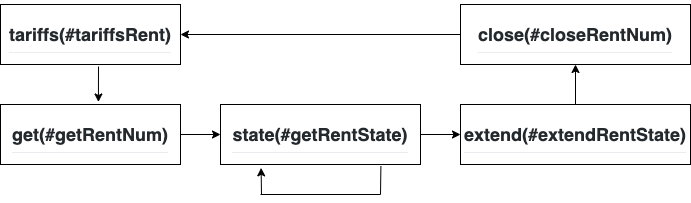
Before: Diagrams/GetRent.png, a diagram exported from draw.io (s00d/onlinesim-php-api). Source tidied: cells renumbered, new cells last; positions are measured from the earlier drawing's top-left corner, leaving out a move shared by most shapes. The source it was exported from:
```xml
<mxGraphModel>
  <root>
    <mxCell id="0" />
    <mxCell id="1" parent="0" />
    <mxCell id="2" value="&lt;h2 style=&quot;box-sizing: border-box ; margin-top: 24px ; margin-bottom: 16px ; line-height: 1.25 ; padding-bottom: 0.3em ; border-bottom: 1px solid rgb(234 , 236 , 239) ; color: rgb(36 , 41 , 46) ; font-family: , , &amp;#34;segoe ui&amp;#34; , &amp;#34;helvetica&amp;#34; , &amp;#34;arial&amp;#34; , sans-serif , &amp;#34;apple color emoji&amp;#34; , &amp;#34;segoe ui emoji&amp;#34; ; background-color: rgb(255 , 255 , 255)&quot;&gt;tariffs(#tariffsRent)&lt;/h2&gt;" style="rounded=0;whiteSpace=wrap;html=1;" parent="1" vertex="1">
      <mxGeometry width="180" height="60" as="geometry" />
    </mxCell>
    <mxCell id="3" value="&lt;h2 style=&quot;box-sizing: border-box ; margin-top: 24px ; margin-bottom: 16px ; line-height: 1.25 ; padding-bottom: 0.3em ; border-bottom: 1px solid rgb(234 , 236 , 239) ; color: rgb(36 , 41 , 46) ; font-family: , , &amp;#34;segoe ui&amp;#34; , &amp;#34;helvetica&amp;#34; , &amp;#34;arial&amp;#34; , sans-serif , &amp;#34;apple color emoji&amp;#34; , &amp;#34;segoe ui emoji&amp;#34; ; background-color: rgb(255 , 255 , 255)&quot;&gt;get(#getRentNum)&lt;/h2&gt;" style="rounded=0;whiteSpace=wrap;html=1;" parent="1" vertex="1">
      <mxGeometry y="100" width="180" height="60" as="geometry" />
    </mxCell>
    <mxCell id="4" value="&lt;h2 style=&quot;box-sizing: border-box ; margin-top: 24px ; margin-bottom: 16px ; line-height: 1.25 ; padding-bottom: 0.3em ; border-bottom: 1px solid rgb(234 , 236 , 239) ; color: rgb(36 , 41 , 46) ; font-family: , , &amp;#34;segoe ui&amp;#34; , &amp;#34;helvetica&amp;#34; , &amp;#34;arial&amp;#34; , sans-serif , &amp;#34;apple color emoji&amp;#34; , &amp;#34;segoe ui emoji&amp;#34; ; background-color: rgb(255 , 255 , 255)&quot;&gt;state(#getRentState)&lt;/h2&gt;" style="rounded=0;whiteSpace=wrap;html=1;" parent="1" vertex="1">
      <mxGeometry x="220" y="100" width="200" height="60" as="geometry" />
    </mxCell>
    <mxCell id="5" value="&lt;h2 style=&quot;box-sizing: border-box ; margin-top: 24px ; margin-bottom: 16px ; line-height: 1.25 ; padding-bottom: 0.3em ; border-bottom: 1px solid rgb(234 , 236 , 239) ; color: rgb(36 , 41 , 46) ; font-family: , , &amp;#34;segoe ui&amp;#34; , &amp;#34;helvetica&amp;#34; , &amp;#34;arial&amp;#34; , sans-serif , &amp;#34;apple color emoji&amp;#34; , &amp;#34;segoe ui emoji&amp;#34; ; background-color: rgb(255 , 255 , 255)&quot;&gt;extend(#extendRentState)&lt;/h2&gt;" style="rounded=0;whiteSpace=wrap;html=1;" parent="1" vertex="1">
      <mxGeometry x="460" y="100" width="230" height="60" as="geometry" />
    </mxCell>
    <mxCell id="6" value="&lt;h2 style=&quot;box-sizing: border-box ; margin-top: 24px ; margin-bottom: 16px ; line-height: 1.25 ; padding-bottom: 0.3em ; border-bottom: 1px solid rgb(234 , 236 , 239) ; color: rgb(36 , 41 , 46) ; font-family: , , &amp;#34;segoe ui&amp;#34; , &amp;#34;helvetica&amp;#34; , &amp;#34;arial&amp;#34; , sans-serif , &amp;#34;apple color emoji&amp;#34; , &amp;#34;segoe ui emoji&amp;#34; ; background-color: rgb(255 , 255 , 255)&quot;&gt;close(#closeRentNum)&lt;/h2&gt;" style="rounded=0;whiteSpace=wrap;html=1;" parent="1" vertex="1">
      <mxGeometry x="460" width="230" height="60" as="geometry" />
    </mxCell>
    <mxCell id="7" style="endArrow=classic;html=1;entryX=0.544;entryY=-0.042;entryDx=0;entryDy=0;entryPerimeter=0;" parent="1" edge="1" target="3">
      <mxGeometry relative="1" as="geometry">
        <mxPoint x="98" y="62" as="sourcePoint" />
      </mxGeometry>
    </mxCell>
    <mxCell id="8" style="endArrow=classic;html=1;exitX=1;exitY=0.5;exitDx=0;exitDy=0;entryX=0;entryY=0.5;entryDx=0;entryDy=0;" parent="1" edge="1" source="3" target="4">
      <mxGeometry relative="1" as="geometry" />
    </mxCell>
    <mxCell id="9" style="endArrow=classic;html=1;entryX=0.203;entryY=1.056;entryDx=0;entryDy=0;entryPerimeter=0;" parent="1" edge="1" target="4">
      <mxGeometry relative="1" as="geometry">
        <mxPoint x="261" y="190" as="sourcePoint" />
      </mxGeometry>
    </mxCell>
    <mxCell id="10" style="endArrow=none;html=1;" parent="1" edge="1">
      <mxGeometry relative="1" as="geometry">
        <mxPoint x="260" y="190" as="sourcePoint" />
        <mxPoint x="380" y="190" as="targetPoint" />
      </mxGeometry>
    </mxCell>
    <mxCell id="11" style="endArrow=none;html=1;entryX=0.802;entryY=1.027;entryDx=0;entryDy=0;entryPerimeter=0;" parent="1" edge="1" target="4">
      <mxGeometry relative="1" as="geometry">
        <mxPoint x="380" y="190" as="sourcePoint" />
      </mxGeometry>
    </mxCell>
    <mxCell id="12" style="endArrow=classic;html=1;exitX=1;exitY=0.5;exitDx=0;exitDy=0;" parent="1" edge="1" source="4" target="5">
      <mxGeometry relative="1" as="geometry" />
    </mxCell>
    <mxCell id="13" style="endArrow=classic;html=1;" parent="1" edge="1" source="5" target="6">
      <mxGeometry relative="1" as="geometry" />
    </mxCell>
    <mxCell id="14" style="endArrow=classic;html=1;exitX=0;exitY=0.5;exitDx=0;exitDy=0;entryX=1;entryY=0.5;entryDx=0;entryDy=0;" parent="1" edge="1" source="6" target="2">
      <mxGeometry relative="1" as="geometry" />
    </mxCell>
  </root>
</mxGraphModel>
```
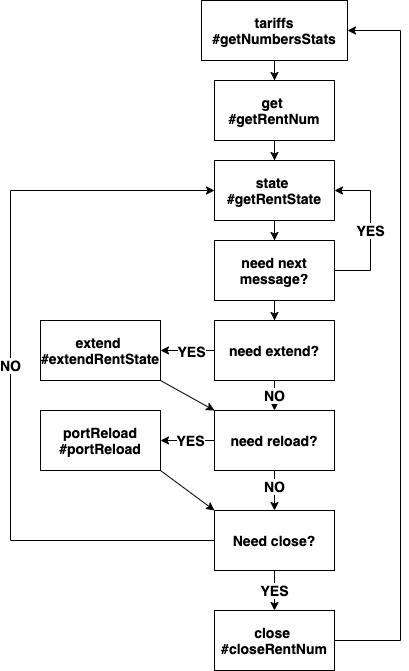
After the change.

Commit message:
replace diagram

Change to the diagram source:
```diff
@@ -2,53 +2,100 @@
   <root>
     <mxCell id="0" />
     <mxCell id="1" parent="0" />
-    <mxCell id="2" value="&lt;h2 style=&quot;box-sizing: border-box ; margin-top: 24px ; margin-bottom: 16px ; line-height: 1.25 ; padding-bottom: 0.3em ; border-bottom: 1px solid rgb(234 , 236 , 239) ; color: rgb(36 , 41 , 46) ; font-family: , , &amp;#34;segoe ui&amp;#34; , &amp;#34;helvetica&amp;#34; , &amp;#34;arial&amp;#34; , sans-serif , &amp;#34;apple color emoji&amp;#34; , &amp;#34;segoe ui emoji&amp;#34; ; background-color: rgb(255 , 255 , 255)&quot;&gt;tariffs(#tariffsRent)&lt;/h2&gt;" style="rounded=0;whiteSpace=wrap;html=1;" parent="1" vertex="1">
-      <mxGeometry width="180" height="60" as="geometry" />
-    </mxCell>
-    <mxCell id="3" value="&lt;h2 style=&quot;box-sizing: border-box ; margin-top: 24px ; margin-bottom: 16px ; line-height: 1.25 ; padding-bottom: 0.3em ; border-bottom: 1px solid rgb(234 , 236 , 239) ; color: rgb(36 , 41 , 46) ; font-family: , , &amp;#34;segoe ui&amp;#34; , &amp;#34;helvetica&amp;#34; , &amp;#34;arial&amp;#34; , sans-serif , &amp;#34;apple color emoji&amp;#34; , &amp;#34;segoe ui emoji&amp;#34; ; background-color: rgb(255 , 255 , 255)&quot;&gt;get(#getRentNum)&lt;/h2&gt;" style="rounded=0;whiteSpace=wrap;html=1;" parent="1" vertex="1">
-      <mxGeometry y="100" width="180" height="60" as="geometry" />
-    </mxCell>
-    <mxCell id="4" value="&lt;h2 style=&quot;box-sizing: border-box ; margin-top: 24px ; margin-bottom: 16px ; line-height: 1.25 ; padding-bottom: 0.3em ; border-bottom: 1px solid rgb(234 , 236 , 239) ; color: rgb(36 , 41 , 46) ; font-family: , , &amp;#34;segoe ui&amp;#34; , &amp;#34;helvetica&amp;#34; , &amp;#34;arial&amp;#34; , sans-serif , &amp;#34;apple color emoji&amp;#34; , &amp;#34;segoe ui emoji&amp;#34; ; background-color: rgb(255 , 255 , 255)&quot;&gt;state(#getRentState)&lt;/h2&gt;" style="rounded=0;whiteSpace=wrap;html=1;" parent="1" vertex="1">
-      <mxGeometry x="220" y="100" width="200" height="60" as="geometry" />
-    </mxCell>
-    <mxCell id="5" value="&lt;h2 style=&quot;box-sizing: border-box ; margin-top: 24px ; margin-bottom: 16px ; line-height: 1.25 ; padding-bottom: 0.3em ; border-bottom: 1px solid rgb(234 , 236 , 239) ; color: rgb(36 , 41 , 46) ; font-family: , , &amp;#34;segoe ui&amp;#34; , &amp;#34;helvetica&amp;#34; , &amp;#34;arial&amp;#34; , sans-serif , &amp;#34;apple color emoji&amp;#34; , &amp;#34;segoe ui emoji&amp;#34; ; background-color: rgb(255 , 255 , 255)&quot;&gt;extend(#extendRentState)&lt;/h2&gt;" style="rounded=0;whiteSpace=wrap;html=1;" parent="1" vertex="1">
-      <mxGeometry x="460" y="100" width="230" height="60" as="geometry" />
-    </mxCell>
-    <mxCell id="6" value="&lt;h2 style=&quot;box-sizing: border-box ; margin-top: 24px ; margin-bottom: 16px ; line-height: 1.25 ; padding-bottom: 0.3em ; border-bottom: 1px solid rgb(234 , 236 , 239) ; color: rgb(36 , 41 , 46) ; font-family: , , &amp;#34;segoe ui&amp;#34; , &amp;#34;helvetica&amp;#34; , &amp;#34;arial&amp;#34; , sans-serif , &amp;#34;apple color emoji&amp;#34; , &amp;#34;segoe ui emoji&amp;#34; ; background-color: rgb(255 , 255 , 255)&quot;&gt;close(#closeRentNum)&lt;/h2&gt;" style="rounded=0;whiteSpace=wrap;html=1;" parent="1" vertex="1">
-      <mxGeometry x="460" width="230" height="60" as="geometry" />
-    </mxCell>
-    <mxCell id="7" style="endArrow=classic;html=1;entryX=0.544;entryY=-0.042;entryDx=0;entryDy=0;entryPerimeter=0;" parent="1" edge="1" target="3">
-      <mxGeometry relative="1" as="geometry">
-        <mxPoint x="98" y="62" as="sourcePoint" />
-      </mxGeometry>
-    </mxCell>
-    <mxCell id="8" style="endArrow=classic;html=1;exitX=1;exitY=0.5;exitDx=0;exitDy=0;entryX=0;entryY=0.5;entryDx=0;entryDy=0;" parent="1" edge="1" source="3" target="4">
-      <mxGeometry relative="1" as="geometry" />
-    </mxCell>
-    <mxCell id="9" style="endArrow=classic;html=1;entryX=0.203;entryY=1.056;entryDx=0;entryDy=0;entryPerimeter=0;" parent="1" edge="1" target="4">
-      <mxGeometry relative="1" as="geometry">
-        <mxPoint x="261" y="190" as="sourcePoint" />
-      </mxGeometry>
-    </mxCell>
-    <mxCell id="10" style="endArrow=none;html=1;" parent="1" edge="1">
-      <mxGeometry relative="1" as="geometry">
-        <mxPoint x="260" y="190" as="sourcePoint" />
-        <mxPoint x="380" y="190" as="targetPoint" />
-      </mxGeometry>
-    </mxCell>
-    <mxCell id="11" style="endArrow=none;html=1;entryX=0.802;entryY=1.027;entryDx=0;entryDy=0;entryPerimeter=0;" parent="1" edge="1" target="4">
-      <mxGeometry relative="1" as="geometry">
-        <mxPoint x="380" y="190" as="sourcePoint" />
-      </mxGeometry>
-    </mxCell>
-    <mxCell id="12" style="endArrow=classic;html=1;exitX=1;exitY=0.5;exitDx=0;exitDy=0;" parent="1" edge="1" source="4" target="5">
-      <mxGeometry relative="1" as="geometry" />
-    </mxCell>
-    <mxCell id="13" style="endArrow=classic;html=1;" parent="1" edge="1" source="5" target="6">
-      <mxGeometry relative="1" as="geometry" />
-    </mxCell>
-    <mxCell id="14" style="endArrow=classic;html=1;exitX=0;exitY=0.5;exitDx=0;exitDy=0;entryX=1;entryY=0.5;entryDx=0;entryDy=0;" parent="1" edge="1" source="6" target="2">
-      <mxGeometry relative="1" as="geometry" />
-    </mxCell>
+    <mxCell id="15" style="edgeStyle=orthogonalEdgeStyle;rounded=0;jettySize=auto;html=1;entryX=0.5;entryY=0;entryDx=0;entryDy=0;fontSize=14;fontStyle=1;" parent="1" edge="1" source="16" target="18">
+      <mxGeometry relative="1" as="geometry" />
+    </mxCell>
+    <mxCell id="16" value="&lt;span style=&quot;font-size: 14px;&quot;&gt;tariffs #getNumbersStats&lt;/span&gt;" style="rounded=0;whiteSpace=wrap;html=1;fontSize=14;fontStyle=1;" parent="1" vertex="1">
+      <mxGeometry x="321" y="-200" width="146" height="60" as="geometry" />
+    </mxCell>
+    <mxCell id="17" style="edgeStyle=orthogonalEdgeStyle;rounded=0;jettySize=auto;html=1;entryX=0.5;entryY=0;entryDx=0;entryDy=0;fontSize=14;fontStyle=1;" parent="1" edge="1" source="18" target="20">
+      <mxGeometry relative="1" as="geometry" />
+    </mxCell>
+    <mxCell id="18" value="get &lt;br style=&quot;font-size: 14px;&quot;&gt;#getRentNum" style="rounded=0;whiteSpace=wrap;html=1;fontSize=14;fontStyle=1;" parent="1" vertex="1">
+      <mxGeometry x="334" y="-120" width="120" height="60" as="geometry" />
+    </mxCell>
+    <mxCell id="19" style="edgeStyle=orthogonalEdgeStyle;rounded=0;jettySize=auto;html=1;entryX=0.5;entryY=0;entryDx=0;entryDy=0;fontSize=14;fontStyle=1;" parent="1" edge="1" source="20" target="23">
+      <mxGeometry relative="1" as="geometry" />
+    </mxCell>
+    <mxCell id="20" value="state &lt;br style=&quot;font-size: 14px;&quot;&gt;#getRentState" style="rounded=0;whiteSpace=wrap;html=1;fontSize=14;fontStyle=1;" parent="1" vertex="1">
+      <mxGeometry x="334" y="-40" width="120" height="60" as="geometry" />
+    </mxCell>
+    <mxCell id="21" value="YES" style="edgeStyle=orthogonalEdgeStyle;rounded=0;jettySize=auto;html=1;entryX=1;entryY=0.5;entryDx=0;entryDy=0;exitX=1;exitY=0.5;exitDx=0;exitDy=0;fontSize=14;fontStyle=1;" parent="1" edge="1" source="23" target="20">
+      <mxGeometry relative="1" as="geometry">
+        <Array as="points">
+          <mxPoint x="490" y="70" />
+          <mxPoint x="490" y="-10" />
+        </Array>
+      </mxGeometry>
+    </mxCell>
+    <mxCell id="22" style="edgeStyle=orthogonalEdgeStyle;rounded=0;jettySize=auto;html=1;fontSize=14;fontStyle=1;" parent="1" edge="1" source="23" target="28">
+      <mxGeometry relative="1" as="geometry" />
+    </mxCell>
+    <mxCell id="23" value="&lt;span style=&quot;font-size: 14px;&quot;&gt;need next message?&lt;/span&gt;" style="rounded=0;whiteSpace=wrap;html=1;fontSize=14;fontStyle=1;" parent="1" vertex="1">
+      <mxGeometry x="334" y="40" width="120" height="60" as="geometry" />
+    </mxCell>
+    <mxCell id="24" style="edgeStyle=orthogonalEdgeStyle;rounded=0;jettySize=auto;html=1;entryX=0.5;entryY=0;entryDx=0;entryDy=0;fontSize=14;fontStyle=1;" parent="1" edge="1" source="28" target="32">
+      <mxGeometry relative="1" as="geometry" />
+    </mxCell>
+    <mxCell id="25" value="NO" style="edgeLabel;html=1;align=center;verticalAlign=middle;fontSize=14;fontStyle=1;" parent="24" vertex="1">
+      <mxGeometry x="0.36" y="-1" relative="1" as="geometry" />
+    </mxCell>
+    <mxCell id="26" style="edgeStyle=orthogonalEdgeStyle;rounded=0;jettySize=auto;html=1;fontSize=14;fontStyle=1;" parent="1" edge="1" source="28" target="29">
+      <mxGeometry relative="1" as="geometry" />
+    </mxCell>
+    <mxCell id="27" value="YES" style="edgeLabel;html=1;align=center;verticalAlign=middle;fontSize=14;fontStyle=1;" parent="26" vertex="1">
+      <mxGeometry x="-0.22" relative="1" as="geometry">
+        <mxPoint x="-3" as="offset" />
+      </mxGeometry>
+    </mxCell>
+    <mxCell id="28" value="&lt;span style=&quot;font-size: 14px;&quot;&gt;need extend?&lt;/span&gt;" style="rounded=0;whiteSpace=wrap;html=1;fontSize=14;fontStyle=1;" parent="1" vertex="1">
+      <mxGeometry x="334" y="120" width="120" height="60" as="geometry" />
+    </mxCell>
+    <mxCell id="29" value="extend &lt;br style=&quot;font-size: 14px;&quot;&gt;#extendRentState" style="rounded=0;whiteSpace=wrap;html=1;fontSize=14;fontStyle=1;" parent="1" vertex="1">
+      <mxGeometry x="160" y="120" width="120" height="60" as="geometry" />
+    </mxCell>
+    <mxCell id="30" value="NO" style="edgeStyle=orthogonalEdgeStyle;rounded=0;jettySize=auto;html=1;entryX=0.5;entryY=0;entryDx=0;entryDy=0;fontSize=14;fontStyle=1;" parent="1" edge="1" source="32" target="36">
+      <mxGeometry x="-0.2" relative="1" as="geometry" />
+    </mxCell>
+    <mxCell id="31" value="YES" style="edgeStyle=orthogonalEdgeStyle;rounded=0;jettySize=auto;html=1;entryX=1;entryY=0.5;entryDx=0;entryDy=0;fontSize=14;fontStyle=1;" parent="1" edge="1" source="32" target="33">
+      <mxGeometry x="-0.11" relative="1" as="geometry" />
+    </mxCell>
+    <mxCell id="32" value="need reload?" style="rounded=0;whiteSpace=wrap;html=1;fontSize=14;fontStyle=1;" parent="1" vertex="1">
+      <mxGeometry x="334" y="210" width="120" height="60" as="geometry" />
+    </mxCell>
+    <mxCell id="33" value="portReload&lt;br style=&quot;font-size: 14px;&quot;&gt;#portReload" style="rounded=0;whiteSpace=wrap;html=1;fontSize=14;fontStyle=1;" parent="1" vertex="1">
+      <mxGeometry x="160" y="210" width="120" height="60" as="geometry" />
+    </mxCell>
+    <mxCell id="34" value="YES" style="edgeStyle=orthogonalEdgeStyle;rounded=0;jettySize=auto;html=1;entryX=0.5;entryY=0;entryDx=0;entryDy=0;fontSize=14;fontStyle=1;" parent="1" edge="1" source="36" target="39">
+      <mxGeometry relative="1" as="geometry" />
+    </mxCell>
+    <mxCell id="35" value="NO" style="edgeStyle=orthogonalEdgeStyle;rounded=0;jettySize=auto;html=1;exitX=0;exitY=0.5;exitDx=0;exitDy=0;entryX=0;entryY=0.5;entryDx=0;entryDy=0;fontSize=14;fontStyle=1;" parent="1" edge="1" source="36" target="20">
+      <mxGeometry relative="1" as="geometry">
+        <Array as="points">
+          <mxPoint x="130" y="340" />
+          <mxPoint x="130" y="-10" />
+        </Array>
+      </mxGeometry>
+    </mxCell>
+    <mxCell id="36" value="Need close?" style="rounded=0;whiteSpace=wrap;html=1;fontSize=14;fontStyle=1;" parent="1" vertex="1">
+      <mxGeometry x="334" y="310" width="120" height="60" as="geometry" />
+    </mxCell>
+    <mxCell id="37" style="endArrow=classic;html=1;exitX=1;exitY=1;exitDx=0;exitDy=0;entryX=0;entryY=0;entryDx=0;entryDy=0;fontSize=14;fontStyle=1;" parent="1" edge="1" source="29" target="32">
+      <mxGeometry relative="1" as="geometry" />
+    </mxCell>
+    <mxCell id="38" style="edgeStyle=orthogonalEdgeStyle;rounded=0;jettySize=auto;html=1;entryX=1;entryY=0.5;entryDx=0;entryDy=0;fontSize=14;fontStyle=1;" parent="1" edge="1" source="39" target="16">
+      <mxGeometry relative="1" as="geometry">
+        <Array as="points">
+          <mxPoint x="520" y="440" />
+          <mxPoint x="520" y="-170" />
+        </Array>
+      </mxGeometry>
+    </mxCell>
+    <mxCell id="39" value="&lt;span style=&quot;font-size: 14px;&quot;&gt;close&amp;nbsp;&lt;/span&gt;&lt;br style=&quot;font-size: 14px;&quot;&gt;&lt;span style=&quot;font-size: 14px;&quot;&gt;#closeRentNum&lt;/span&gt;" style="rounded=0;whiteSpace=wrap;html=1;fontSize=14;fontStyle=1;" parent="1" vertex="1">
+      <mxGeometry x="334" y="410" width="120" height="60" as="geometry" />
+    </mxCell>
+    <mxCell id="40" style="endArrow=classic;html=1;exitX=1;exitY=1;exitDx=0;exitDy=0;entryX=0;entryY=0;entryDx=0;entryDy=0;fontSize=14;fontStyle=1;" parent="1" edge="1" source="33" target="36">
+      <mxGeometry relative="1" as="geometry" />
+    </mxCell>
   </root>
 </mxGraphModel>
```
